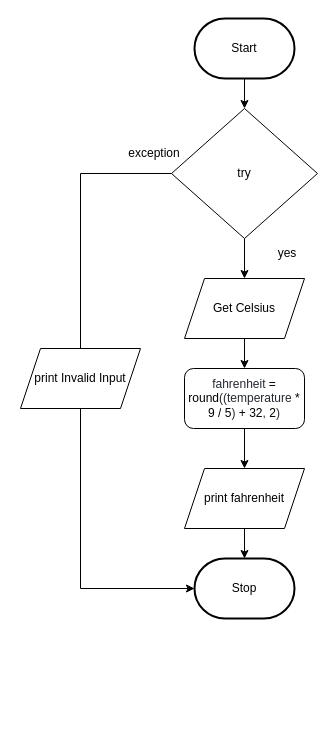
The draw.io diagram Drawio/FlowChart.Drawio in JacksonNaufal/-ICS3U-Unit5-02-Python, before the edit. Source tidied: cells renumbered, new cells numbered last; positions are measured from the earlier drawing's top-left corner, leaving out a move shared by most shapes. Both pictures are drawn from the tidied source at 100%, with x=0, y=0 at pixel (20, 18).
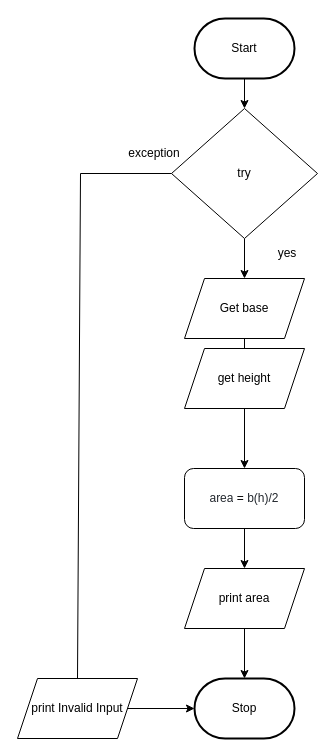
The same diagram, later.

The edit, as a diff of the source:
```diff
@@
     <mxCell id="4" value="Stop" style="strokeWidth=2;html=1;shape=mxgraph.flowchart.terminator;whiteSpace=wrap;rounded=1;" parent="1" vertex="1">
-      <mxGeometry x="174" y="540" width="100" height="60" as="geometry" />
+      <mxGeometry x="174" y="660" width="100" height="60" as="geometry" />
     </mxCell>
     <mxCell id="5" style="edgeStyle=none;html=1;fontSize=12;entryX=0;entryY=0.5;entryDx=0;entryDy=0;entryPerimeter=0;rounded=0;startArrow=none;" parent="1" edge="1" source="12" target="4">
-      <mxGeometry relative="1" as="geometry">
-        <Array as="points">
-          <mxPoint x="60" y="570" />
-        </Array>
-      </mxGeometry>
+      <mxGeometry relative="1" as="geometry" />
     </mxCell>
@@
-    <mxCell id="9" value="&lt;font style=&quot;font-size: 12px&quot;&gt;print fahrenheit&lt;/font&gt;" style="shape=parallelogram;perimeter=parallelogramPerimeter;whiteSpace=wrap;html=1;fixedSize=1;fontSize=8;" parent="1" vertex="1">
-      <mxGeometry x="164" y="450" width="120" height="60" as="geometry" />
+    <mxCell id="9" value="&lt;font style=&quot;font-size: 12px&quot;&gt;print area&lt;/font&gt;" style="shape=parallelogram;perimeter=parallelogramPerimeter;whiteSpace=wrap;html=1;fixedSize=1;fontSize=8;" parent="1" vertex="1">
+      <mxGeometry x="164" y="550" width="120" height="60" as="geometry" />
     </mxCell>
@@
     <mxCell id="12" value="&lt;font style=&quot;font-size: 12px&quot;&gt;print Invalid Input&lt;/font&gt;" style="shape=parallelogram;perimeter=parallelogramPerimeter;whiteSpace=wrap;html=1;fixedSize=1;fontSize=8;" parent="1" vertex="1">
-      <mxGeometry y="330" width="120" height="60" as="geometry" />
+      <mxGeometry x="-3" y="660" width="120" height="60" as="geometry" />
     </mxCell>
@@
-    <mxCell id="15" value="Get Celsius" style="shape=parallelogram;perimeter=parallelogramPerimeter;whiteSpace=wrap;html=1;fixedSize=1;" parent="1" vertex="1">
+    <mxCell id="15" value="Get base" style="shape=parallelogram;perimeter=parallelogramPerimeter;whiteSpace=wrap;html=1;fixedSize=1;" parent="1" vertex="1">
       <mxGeometry x="164" y="260" width="120" height="60" as="geometry" />
     </mxCell>
@@
-    <mxCell id="17" value="&lt;span class=&quot;pl-s1&quot; style=&quot;box-sizing: border-box ; color: rgb(36 , 41 , 47) ; font-family: , , &amp;#34;sf mono&amp;#34; , &amp;#34;menlo&amp;#34; , &amp;#34;consolas&amp;#34; , &amp;#34;liberation mono&amp;#34; , monospace ; background-color: rgb(255 , 255 , 255)&quot;&gt;&lt;span class=&quot;pl-token&quot; style=&quot;box-sizing: border-box&quot;&gt;fahrenheit&lt;/span&gt;&lt;/span&gt;&lt;span style=&quot;color: rgb(36 , 41 , 47) ; font-family: , , &amp;#34;sf mono&amp;#34; , &amp;#34;menlo&amp;#34; , &amp;#34;consolas&amp;#34; , &amp;#34;liberation mono&amp;#34; , monospace ; background-color: rgb(255 , 255 , 255)&quot;&gt;&amp;nbsp;&lt;/span&gt;&lt;span class=&quot;pl-c1&quot; style=&quot;box-sizing: border-box ; font-family: , , &amp;#34;sf mono&amp;#34; , &amp;#34;menlo&amp;#34; , &amp;#34;consolas&amp;#34; , &amp;#34;liberation mono&amp;#34; , monospace ; background-color: rgb(255 , 255 , 255)&quot;&gt;=&lt;/span&gt;&lt;span style=&quot;color: rgb(36 , 41 , 47) ; font-family: , , &amp;#34;sf mono&amp;#34; , &amp;#34;menlo&amp;#34; , &amp;#34;consolas&amp;#34; , &amp;#34;liberation mono&amp;#34; , monospace ; background-color: rgb(255 , 255 , 255)&quot;&gt; &lt;/span&gt;&lt;span class=&quot;pl-en&quot; style=&quot;box-sizing: border-box ; font-family: , , &amp;#34;sf mono&amp;#34; , &amp;#34;menlo&amp;#34; , &amp;#34;consolas&amp;#34; , &amp;#34;liberation mono&amp;#34; , monospace ; background-color: rgb(255 , 255 , 255)&quot;&gt;&lt;span class=&quot;pl-token&quot; style=&quot;box-sizing: border-box&quot;&gt;round&lt;/span&gt;&lt;/span&gt;&lt;span style=&quot;color: rgb(36 , 41 , 47) ; font-family: , , &amp;#34;sf mono&amp;#34; , &amp;#34;menlo&amp;#34; , &amp;#34;consolas&amp;#34; , &amp;#34;liberation mono&amp;#34; , monospace ; background-color: rgb(255 , 255 , 255)&quot;&gt;((&lt;/span&gt;&lt;span class=&quot;pl-s1&quot; style=&quot;box-sizing: border-box ; color: rgb(36 , 41 , 47) ; font-family: , , &amp;#34;sf mono&amp;#34; , &amp;#34;menlo&amp;#34; , &amp;#34;consolas&amp;#34; , &amp;#34;liberation mono&amp;#34; , monospace ; background-color: rgb(255 , 255 , 255)&quot;&gt;&lt;span class=&quot;pl-token&quot; style=&quot;box-sizing: border-box&quot;&gt;temperature&lt;/span&gt;&lt;/span&gt;&lt;span style=&quot;color: rgb(36 , 41 , 47) ; font-family: , , &amp;#34;sf mono&amp;#34; , &amp;#34;menlo&amp;#34; , &amp;#34;consolas&amp;#34; , &amp;#34;liberation mono&amp;#34; , monospace ; background-color: rgb(255 , 255 , 255)&quot;&gt; &lt;/span&gt;&lt;span class=&quot;pl-c1&quot; style=&quot;box-sizing: border-box ; font-family: , , &amp;#34;sf mono&amp;#34; , &amp;#34;menlo&amp;#34; , &amp;#34;consolas&amp;#34; , &amp;#34;liberation mono&amp;#34; , monospace ; background-color: rgb(255 , 255 , 255)&quot;&gt;*&lt;/span&gt;&lt;span style=&quot;color: rgb(36 , 41 , 47) ; font-family: , , &amp;#34;sf mono&amp;#34; , &amp;#34;menlo&amp;#34; , &amp;#34;consolas&amp;#34; , &amp;#34;liberation mono&amp;#34; , monospace ; background-color: rgb(255 , 255 , 255)&quot;&gt; &lt;/span&gt;&lt;span class=&quot;pl-c1&quot; style=&quot;box-sizing: border-box ; font-family: , , &amp;#34;sf mono&amp;#34; , &amp;#34;menlo&amp;#34; , &amp;#34;consolas&amp;#34; , &amp;#34;liberation mono&amp;#34; , monospace ; background-color: rgb(255 , 255 , 255)&quot;&gt;9&lt;/span&gt;&lt;span style=&quot;color: rgb(36 , 41 , 47) ; font-family: , , &amp;#34;sf mono&amp;#34; , &amp;#34;menlo&amp;#34; , &amp;#34;consolas&amp;#34; , &amp;#34;liberation mono&amp;#34; , monospace ; background-color: rgb(255 , 255 , 255)&quot;&gt; &lt;/span&gt;&lt;span class=&quot;pl-c1&quot; style=&quot;box-sizing: border-box ; font-family: , , &amp;#34;sf mono&amp;#34; , &amp;#34;menlo&amp;#34; , &amp;#34;consolas&amp;#34; , &amp;#34;liberation mono&amp;#34; , monospace ; background-color: rgb(255 , 255 , 255)&quot;&gt;/&lt;/span&gt;&lt;span style=&quot;color: rgb(36 , 41 , 47) ; font-family: , , &amp;#34;sf mono&amp;#34; , &amp;#34;menlo&amp;#34; , &amp;#34;consolas&amp;#34; , &amp;#34;liberation mono&amp;#34; , monospace ; background-color: rgb(255 , 255 , 255)&quot;&gt; &lt;/span&gt;&lt;span class=&quot;pl-c1&quot; style=&quot;box-sizing: border-box ; font-family: , , &amp;#34;sf mono&amp;#34; , &amp;#34;menlo&amp;#34; , &amp;#34;consolas&amp;#34; , &amp;#34;liberation mono&amp;#34; , monospace ; background-color: rgb(255 , 255 , 255)&quot;&gt;5&lt;/span&gt;&lt;span style=&quot;color: rgb(36 , 41 , 47) ; font-family: , , &amp;#34;sf mono&amp;#34; , &amp;#34;menlo&amp;#34; , &amp;#34;consolas&amp;#34; , &amp;#34;liberation mono&amp;#34; , monospace ; background-color: rgb(255 , 255 , 255)&quot;&gt;) &lt;/span&gt;&lt;span class=&quot;pl-c1&quot; style=&quot;box-sizing: border-box ; font-family: , , &amp;#34;sf mono&amp;#34; , &amp;#34;menlo&amp;#34; , &amp;#34;consolas&amp;#34; , &amp;#34;liberation mono&amp;#34; , monospace ; background-color: rgb(255 , 255 , 255)&quot;&gt;+&lt;/span&gt;&lt;span style=&quot;color: rgb(36 , 41 , 47) ; font-family: , , &amp;#34;sf mono&amp;#34; , &amp;#34;menlo&amp;#34; , &amp;#34;consolas&amp;#34; , &amp;#34;liberation mono&amp;#34; , monospace ; background-color: rgb(255 , 255 , 255)&quot;&gt; &lt;/span&gt;&lt;span class=&quot;pl-c1&quot; style=&quot;box-sizing: border-box ; font-family: , , &amp;#34;sf mono&amp;#34; , &amp;#34;menlo&amp;#34; , &amp;#34;consolas&amp;#34; , &amp;#34;liberation mono&amp;#34; , monospace ; background-color: rgb(255 , 255 , 255)&quot;&gt;32&lt;/span&gt;&lt;span style=&quot;color: rgb(36 , 41 , 47) ; font-family: , , &amp;#34;sf mono&amp;#34; , &amp;#34;menlo&amp;#34; , &amp;#34;consolas&amp;#34; , &amp;#34;liberation mono&amp;#34; , monospace ; background-color: rgb(255 , 255 , 255)&quot;&gt;, &lt;/span&gt;&lt;span class=&quot;pl-c1&quot; style=&quot;box-sizing: border-box ; font-family: , , &amp;#34;sf mono&amp;#34; , &amp;#34;menlo&amp;#34; , &amp;#34;consolas&amp;#34; , &amp;#34;liberation mono&amp;#34; , monospace ; background-color: rgb(255 , 255 , 255)&quot;&gt;2&lt;/span&gt;&lt;span style=&quot;color: rgb(36 , 41 , 47) ; font-family: , , &amp;#34;sf mono&amp;#34; , &amp;#34;menlo&amp;#34; , &amp;#34;consolas&amp;#34; , &amp;#34;liberation mono&amp;#34; , monospace ; background-color: rgb(255 , 255 , 255)&quot;&gt;)&lt;/span&gt;" style="rounded=1;whiteSpace=wrap;html=1;" parent="1" vertex="1">
-      <mxGeometry x="164" y="350" width="120" height="60" as="geometry" />
+    <mxCell id="17" value="&lt;span class=&quot;pl-s1&quot; style=&quot;box-sizing: border-box ; color: rgb(36 , 41 , 47) ; font-family: , , &amp;#34;sf mono&amp;#34; , &amp;#34;menlo&amp;#34; , &amp;#34;consolas&amp;#34; , &amp;#34;liberation mono&amp;#34; , monospace ; background-color: rgb(255 , 255 , 255)&quot;&gt;&lt;span class=&quot;pl-token&quot; style=&quot;box-sizing: border-box&quot;&gt;area&lt;/span&gt;&lt;/span&gt;&lt;span style=&quot;color: rgb(36 , 41 , 47) ; font-family: , , &amp;#34;sf mono&amp;#34; , &amp;#34;menlo&amp;#34; , &amp;#34;consolas&amp;#34; , &amp;#34;liberation mono&amp;#34; , monospace ; background-color: rgb(255 , 255 , 255)&quot;&gt;&amp;nbsp;&lt;/span&gt;&lt;span class=&quot;pl-c1&quot; style=&quot;box-sizing: border-box ; font-family: , , &amp;#34;sf mono&amp;#34; , &amp;#34;menlo&amp;#34; , &amp;#34;consolas&amp;#34; , &amp;#34;liberation mono&amp;#34; , monospace ; background-color: rgb(255 , 255 , 255)&quot;&gt;=&lt;/span&gt;&lt;span style=&quot;color: rgb(36 , 41 , 47) ; font-family: , , &amp;#34;sf mono&amp;#34; , &amp;#34;menlo&amp;#34; , &amp;#34;consolas&amp;#34; , &amp;#34;liberation mono&amp;#34; , monospace ; background-color: rgb(255 , 255 , 255)&quot;&gt;&amp;nbsp;b(h)/2&lt;/span&gt;" style="rounded=1;whiteSpace=wrap;html=1;" parent="1" vertex="1">
+      <mxGeometry x="164" y="450" width="120" height="60" as="geometry" />
     </mxCell>
+    <mxCell id="18" value="get height" style="shape=parallelogram;perimeter=parallelogramPerimeter;whiteSpace=wrap;html=1;fixedSize=1;" parent="1" vertex="1">
+      <mxGeometry x="164" y="330" width="120" height="60" as="geometry" />
+    </mxCell>
```
